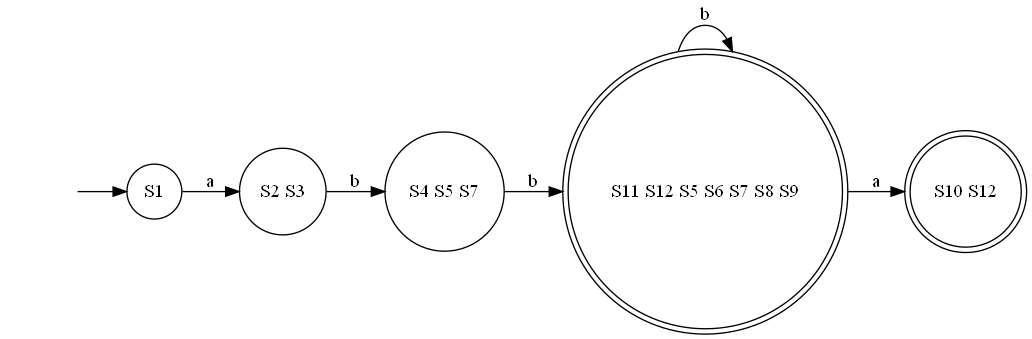
This is output/dfa/dfa.gv.png from ZiadSheriif/AutoMajestic, a Graphviz export, as it was before one commit. Its source is kept beside it as output/dfa/dfa.gv.
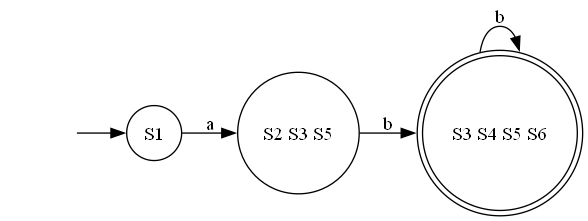
After the change.

What changed in the source:
```diff
@@ -2,14 +2,10 @@
 	"" [shape=none]
 	"" -> S1
 	S1 [shape=circle]
-	S1 -> "S2 S3" [label=a]
-	"S2 S3" [shape=circle]
-	"S2 S3" -> "S4 S5 S7" [label=b]
-	"S4 S5 S7" [shape=circle]
-	"S4 S5 S7" -> "S11 S12 S5 S6 S7 S8 S9" [label=b]
-	"S11 S12 S5 S6 S7 S8 S9" [shape=doublecircle]
-	"S11 S12 S5 S6 S7 S8 S9" -> "S10 S12" [label=a]
-	"S11 S12 S5 S6 S7 S8 S9" -> "S11 S12 S5 S6 S7 S8 S9" [label=b]
-	"S10 S12" [shape=doublecircle]
+	S1 -> "S2 S3 S5" [label=a]
+	"S2 S3 S5" [shape=circle]
+	"S2 S3 S5" -> "S3 S4 S5 S6" [label=b]
+	"S3 S4 S5 S6" [shape=doublecircle]
+	"S3 S4 S5 S6" -> "S3 S4 S5 S6" [label=b]
 	rankdir=LR
 }
```
